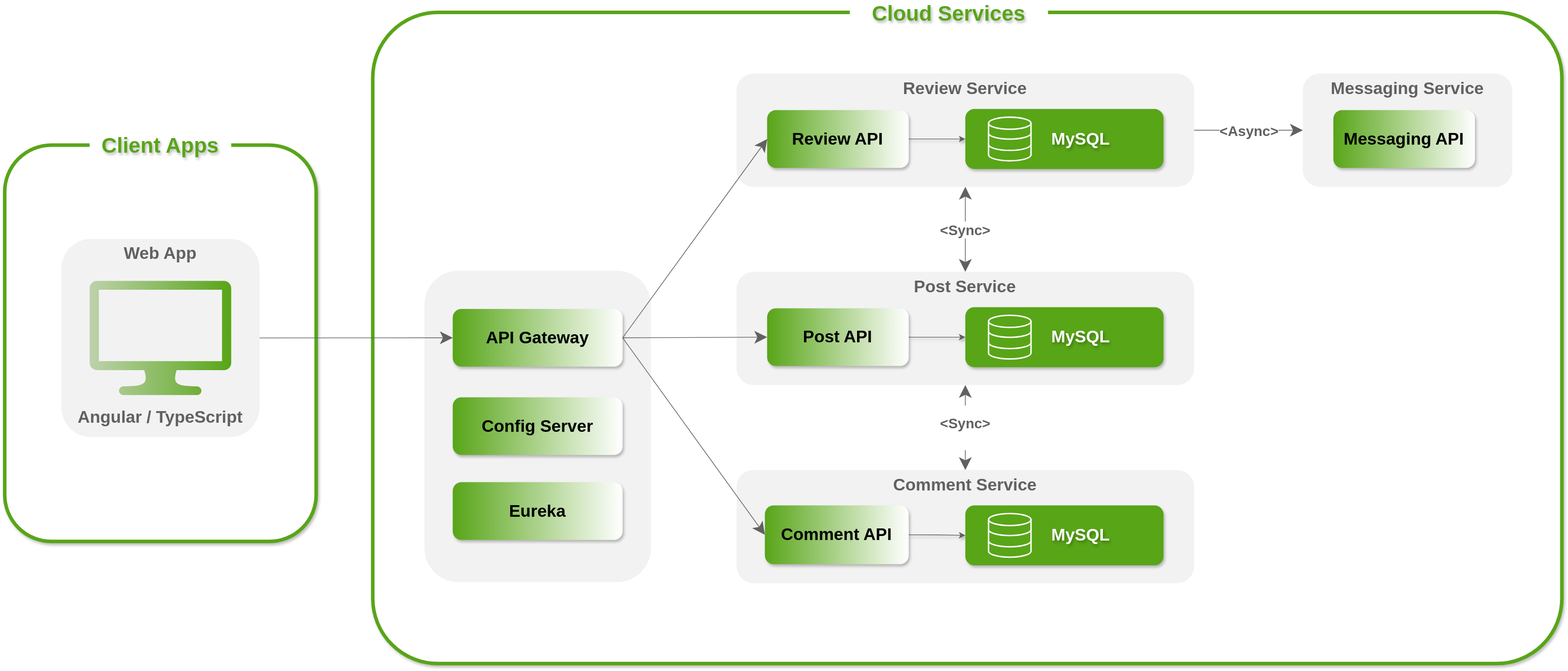
This is architecture/architecture.drawio.svg from pxlit-projects/project-Su-zenGeurtsPXL-1, a draw.io export, as it was before one commit. Source tidied: cells renumbered, new cells last; positions are measured from the earlier drawing's top-left corner, leaving out a move shared by most shapes.
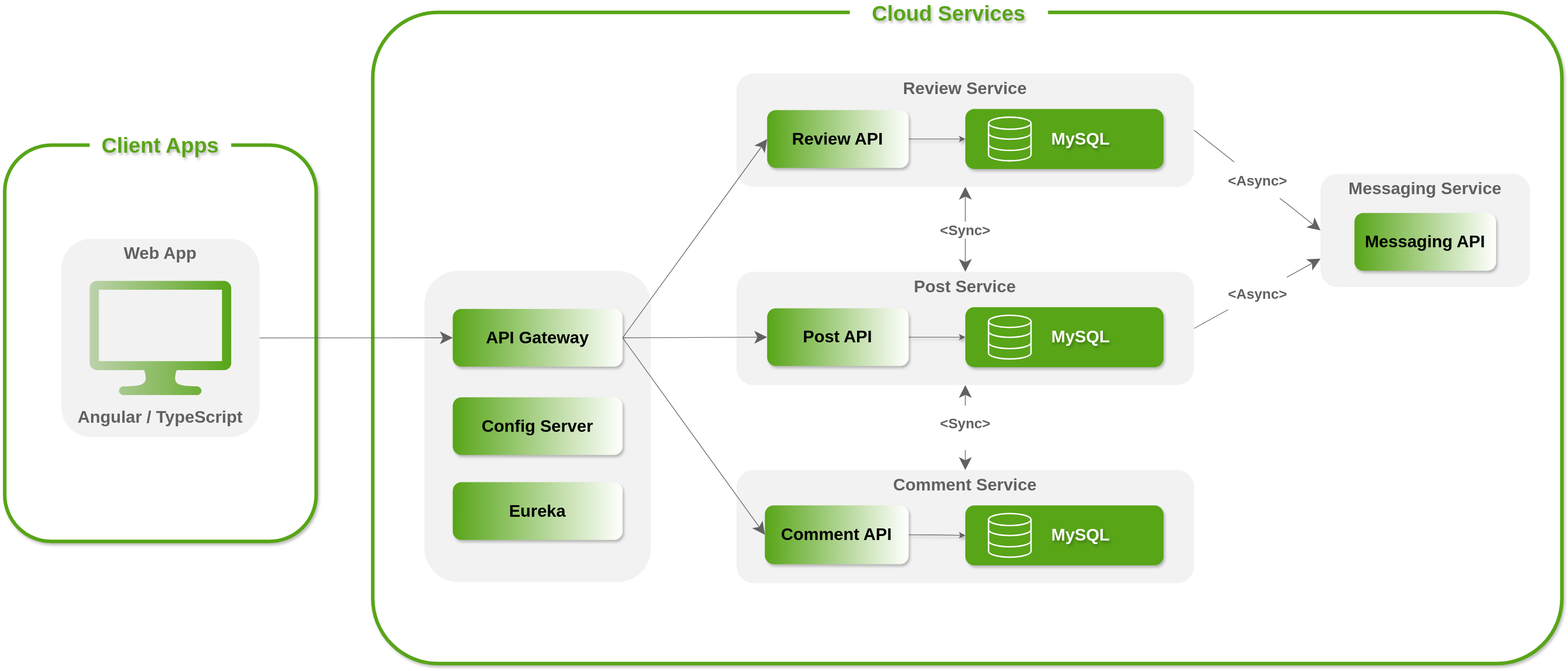
Above is the later version.

Commit message:
[SETUP] #1 - Updated architecture

Added async communication with post service

Diff of the diagram source:
```diff
@@ -75,17 +75,13 @@
       <mxGeometry relative="1" as="geometry" />
     </mxCell>
     <mxCell id="26" value="Messaging Service" style="rounded=1;whiteSpace=wrap;html=1;strokeColor=none;fillColor=#f2f2f2;verticalAlign=top;fontStyle=1;fontColor=#616161;fontSize=24;align=center;" parent="1" vertex="1">
-      <mxGeometry x="1834" y="100.5" width="296" height="160" as="geometry" />
+      <mxGeometry x="1859" y="242" width="296" height="160" as="geometry" />
     </mxCell>
     <mxCell id="27" value="&lt;b style=&quot;font-size: 24px;&quot;&gt;&lt;font style=&quot;font-size: 24px;&quot;&gt;Messaging API&lt;/font&gt;&lt;/b&gt;" style="text;html=1;align=center;verticalAlign=middle;whiteSpace=wrap;rounded=1;fillColor=default;shadow=1;glass=0;fillStyle=auto;gradientColor=#58A518;gradientDirection=west;fontColor=default;strokeColor=none;fontSize=24;" parent="1" vertex="1">
-      <mxGeometry x="1877.2" y="152.1" width="200" height="81.5" as="geometry" />
+      <mxGeometry x="1907" y="297.5" width="200" height="81.5" as="geometry" />
     </mxCell>
     <mxCell id="28" value="&lt;br&gt;&lt;span style=&quot;color: rgb(97, 97, 97); font-family: Helvetica; font-size: 20px; font-style: normal; font-variant-ligatures: normal; font-variant-caps: normal; font-weight: 700; letter-spacing: normal; orphans: 2; text-align: center; text-indent: 0px; text-transform: none; widows: 2; word-spacing: 0px; -webkit-text-stroke-width: 0px; white-space: nowrap; background-color: rgb(255, 255, 255); text-decoration-thickness: initial; text-decoration-style: initial; text-decoration-color: initial; display: inline !important; float: none;&quot;&gt;&amp;lt;Async&amp;gt;&lt;/span&gt;&lt;div&gt;&lt;br/&gt;&lt;/div&gt;" style="rounded=0;jettySize=auto;html=1;startArrow=classic;startFill=1;endArrow=none;endFill=0;endSize=15;startSize=15;strokeColor=#616161;entryX=1;entryY=0.5;entryDx=0;entryDy=0;exitX=0;exitY=0.5;exitDx=0;exitDy=0;" parent="1" edge="1" source="26" target="12">
-      <mxGeometry relative="1" as="geometry">
-        <Array as="points">
-          <mxPoint x="1774" y="180.5" />
-        </Array>
-      </mxGeometry>
+      <mxGeometry relative="1" as="geometry" />
     </mxCell>
     <mxCell id="29" style="rounded=0;jettySize=auto;html=1;startArrow=classic;startFill=1;endArrow=none;endFill=0;endSize=15;startSize=15;strokeColor=#616161;entryX=1;entryY=0.5;entryDx=0;entryDy=0;exitX=0;exitY=0.5;exitDx=0;exitDy=0;" parent="1" edge="1" source="18" target="8">
       <mxGeometry relative="1" as="geometry" />
@@ -111,5 +107,8 @@
     <mxCell id="36" style="sketch=0;shadow=0;dashed=0;html=1;strokeColor=none;fillColor=#58A518;labelPosition=center;verticalLabelPosition=bottom;verticalAlign=top;align=center;shape=mxgraph.office.devices.lcd_monitor;fontColor=#000000;gradientColor=#BDD2AC;gradientDirection=west;" parent="1" vertex="1">
       <mxGeometry x="120" y="393.3" width="200" height="161.4" as="geometry" />
     </mxCell>
+    <mxCell id="37" value="&lt;br&gt;&lt;span style=&quot;color: rgb(97, 97, 97); font-family: Helvetica; font-size: 20px; font-style: normal; font-variant-ligatures: normal; font-variant-caps: normal; font-weight: 700; letter-spacing: normal; orphans: 2; text-align: center; text-indent: 0px; text-transform: none; widows: 2; word-spacing: 0px; -webkit-text-stroke-width: 0px; white-space: nowrap; background-color: rgb(255, 255, 255); text-decoration-thickness: initial; text-decoration-style: initial; text-decoration-color: initial; display: inline !important; float: none;&quot;&gt;&amp;lt;Async&amp;gt;&lt;/span&gt;&lt;div&gt;&lt;br/&gt;&lt;/div&gt;" style="rounded=0;jettySize=auto;html=1;startArrow=classic;startFill=1;endArrow=none;endFill=0;endSize=15;startSize=15;strokeColor=#616161;entryX=1;entryY=0.5;entryDx=0;entryDy=0;exitX=0;exitY=0.75;exitDx=0;exitDy=0;" parent="1" edge="1" source="26" target="16">
+      <mxGeometry relative="1" as="geometry" />
+    </mxCell>
   </root>
 </mxGraphModel>
```
